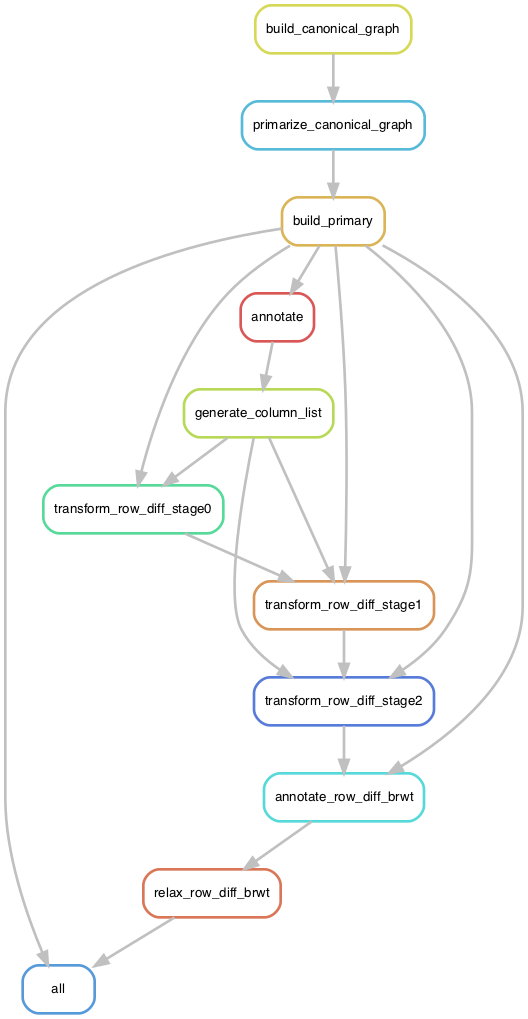
Earlier version of the Graphviz export metagraph/workflows/metagraph_workflows/snakemake/rule_graph.png (ratschlab/metagraph). Its source is kept beside it as metagraph/workflows/metagraph_workflows/snakemake/rule_graph.dot. Its diagram source:
```dot
digraph snakemake_dag {
    graph[bgcolor=white, margin=0];
    node[shape=box, style=rounded, fontname=sans,                 fontsize=10, penwidth=2];
    edge[penwidth=2, color=grey];
	0[label = "all", color = "0.58 0.6 0.85", style="rounded"];
	1[label = "build_primary", color = "0.12 0.6 0.85", style="rounded"];
	2[label = "primarize_canonical_graph", color = "0.54 0.6 0.85", style="rounded"];
	3[label = "build_canonical_graph", color = "0.17 0.6 0.85", style="rounded"];
	4[label = "relax_row_diff_brwt", color = "0.04 0.6 0.85", style="rounded"];
	5[label = "annotate_row_diff_brwt", color = "0.50 0.6 0.85", style="rounded"];
	6[label = "transform_row_diff_stage2", color = "0.62 0.6 0.85", style="rounded"];
	7[label = "generate_column_list", color = "0.21 0.6 0.85", style="rounded"];
	8[label = "annotate", color = "0.00 0.6 0.85", style="rounded"];
	9[label = "transform_row_diff_stage1", color = "0.08 0.6 0.85", style="rounded"];
	10[label = "transform_row_diff_stage0", color = "0.42 0.6 0.85", style="rounded"];
	1 -> 0
	4 -> 0
	2 -> 1
	3 -> 2
	5 -> 4
	6 -> 5
	1 -> 5
	1 -> 6
	7 -> 6
	9 -> 6
	8 -> 7
	1 -> 8
	1 -> 9
	7 -> 9
	10 -> 9
	1 -> 10
	7 -> 10
}
```
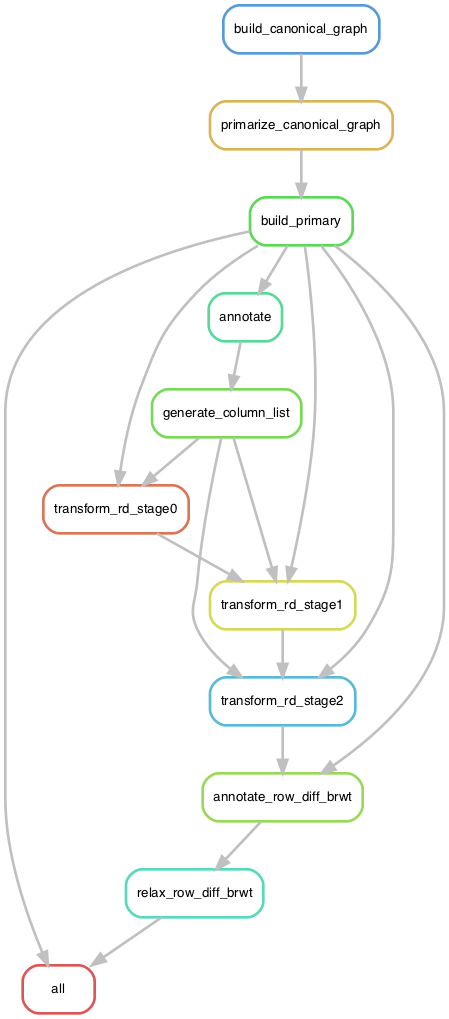
After the change.

Commit message:
updating workflow graph

What changed in the source:
```diff
@@ -2,17 +2,17 @@
     graph[bgcolor=white, margin=0];
     node[shape=box, style=rounded, fontname=sans,                 fontsize=10, penwidth=2];
     edge[penwidth=2, color=grey];
-	0[label = "all", color = "0.58 0.6 0.85", style="rounded"];
-	1[label = "build_primary", color = "0.12 0.6 0.85", style="rounded"];
-	2[label = "primarize_canonical_graph", color = "0.54 0.6 0.85", style="rounded"];
-	3[label = "build_canonical_graph", color = "0.17 0.6 0.85", style="rounded"];
-	4[label = "relax_row_diff_brwt", color = "0.04 0.6 0.85", style="rounded"];
-	5[label = "annotate_row_diff_brwt", color = "0.50 0.6 0.85", style="rounded"];
-	6[label = "transform_row_diff_stage2", color = "0.62 0.6 0.85", style="rounded"];
-	7[label = "generate_column_list", color = "0.21 0.6 0.85", style="rounded"];
-	8[label = "annotate", color = "0.00 0.6 0.85", style="rounded"];
-	9[label = "transform_row_diff_stage1", color = "0.08 0.6 0.85", style="rounded"];
-	10[label = "transform_row_diff_stage0", color = "0.42 0.6 0.85", style="rounded"];
+	0[label = "all", color = "0.00 0.6 0.85", style="rounded"];
+	1[label = "build_primary", color = "0.33 0.6 0.85", style="rounded"];
+	2[label = "primarize_canonical_graph", color = "0.12 0.6 0.85", style="rounded"];
+	3[label = "build_canonical_graph", color = "0.58 0.6 0.85", style="rounded"];
+	4[label = "relax_row_diff_brwt", color = "0.46 0.6 0.85", style="rounded"];
+	5[label = "annotate_row_diff_brwt", color = "0.25 0.6 0.85", style="rounded"];
+	6[label = "transform_rd_stage2", color = "0.54 0.6 0.85", style="rounded"];
+	7[label = "generate_column_list", color = "0.29 0.6 0.85", style="rounded"];
+	8[label = "annotate", color = "0.42 0.6 0.85", style="rounded"];
+	9[label = "transform_rd_stage1", color = "0.17 0.6 0.85", style="rounded"];
+	10[label = "transform_rd_stage0", color = "0.04 0.6 0.85", style="rounded"];
 	1 -> 0
 	4 -> 0
 	2 -> 1
```
